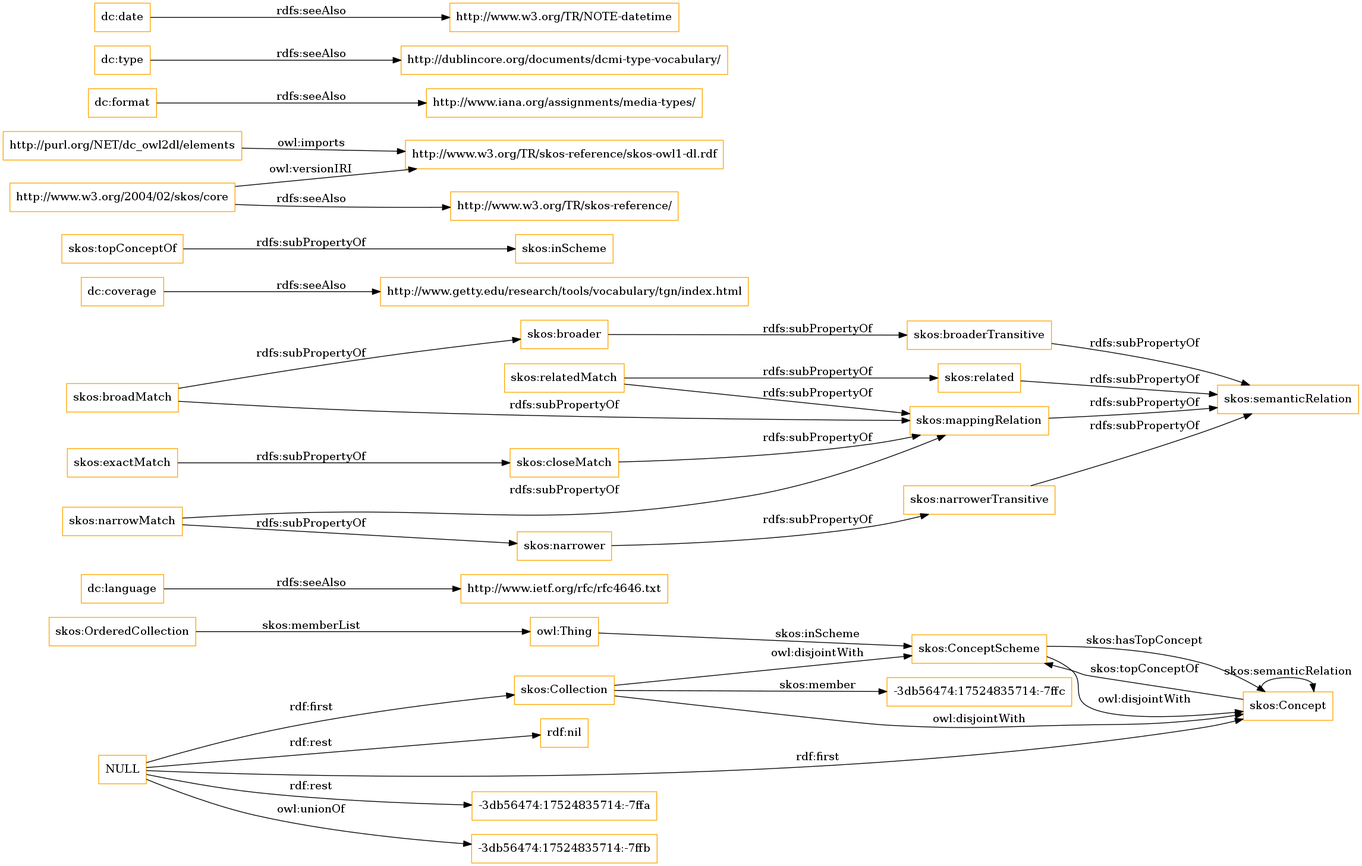
Before: OnToology/imports/elements.owl/diagrams/ar2dtool-class/elements.owl.png, a diagram exported from Graphviz (OnToologyUser/core-ontology-1). Its source is kept beside it as OnToology/imports/elements.owl/diagrams/ar2dtool-class/elements.owl.png.dot.
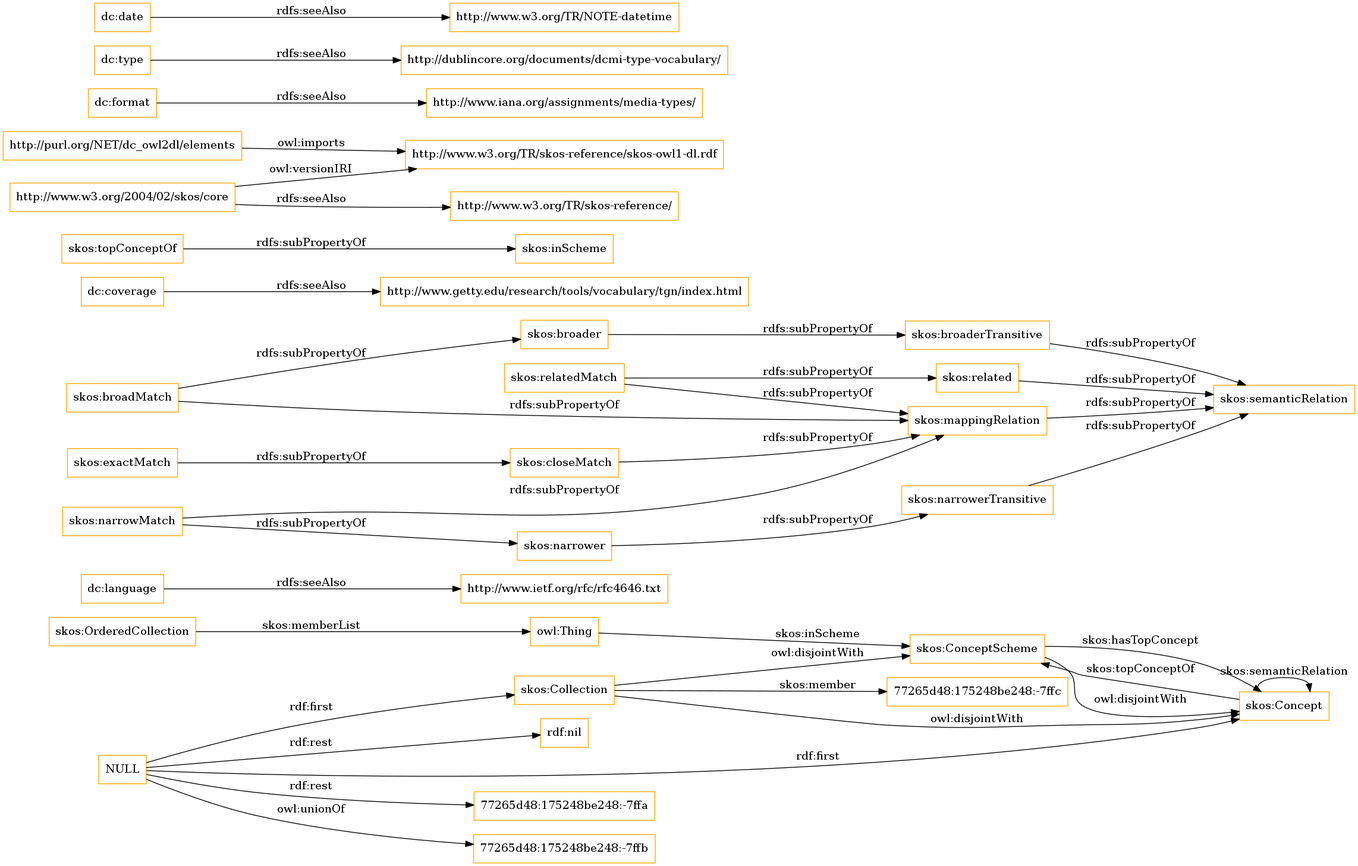
The same file after the commit.

Diff of the diagram source:
```diff
@@ -1,11 +1,11 @@
 digraph ar2dtool_diagram {
 rankdir=LR;
 size="1501"
-node [shape = rectangle, color="orange"]; "-3db56474:17524835714:-7ffc" "skos:OrderedCollection" "skos:Collection" "skos:ConceptScheme" "skos:Concept" ; /*classes style*/
+node [shape = rectangle, color="orange"]; "77265d48:175248be248:-7ffc" "skos:OrderedCollection" "skos:Collection" "skos:ConceptScheme" "skos:Concept" ; /*classes style*/
 	"dc:language" -> "http://www.ietf.org/rfc/rfc4646.txt" [ label = "rdfs:seeAlso" ];
-	"NULL" -> "-3db56474:17524835714:-7ffa" [ label = "rdf:rest" ];
+	"NULL" -> "77265d48:175248be248:-7ffa" [ label = "rdf:rest" ];
 	"NULL" -> "skos:Concept" [ label = "rdf:first" ];
-	"NULL" -> "-3db56474:17524835714:-7ffb" [ label = "owl:unionOf" ];
+	"NULL" -> "77265d48:175248be248:-7ffb" [ label = "owl:unionOf" ];
 	"NULL" -> "rdf:nil" [ label = "rdf:rest" ];
 	"NULL" -> "skos:Collection" [ label = "rdf:first" ];
 	"skos:closeMatch" -> "skos:mappingRelation" [ label = "rdfs:subPropertyOf" ];
@@ -36,7 +36,7 @@
 	"skos:OrderedCollection" -> "owl:Thing" [ label = "skos:memberList" ];
 	"skos:Concept" -> "skos:ConceptScheme" [ label = "skos:topConceptOf" ];
 	"skos:Concept" -> "skos:Concept" [ label = "skos:semanticRelation" ];
-	"skos:Collection" -> "-3db56474:17524835714:-7ffc" [ label = "skos:member" ];
+	"skos:Collection" -> "77265d48:175248be248:-7ffc" [ label = "skos:member" ];
 	"skos:ConceptScheme" -> "skos:Concept" [ label = "skos:hasTopConcept" ];
 	"owl:Thing" -> "skos:ConceptScheme" [ label = "skos:inScheme" ];
 
```
